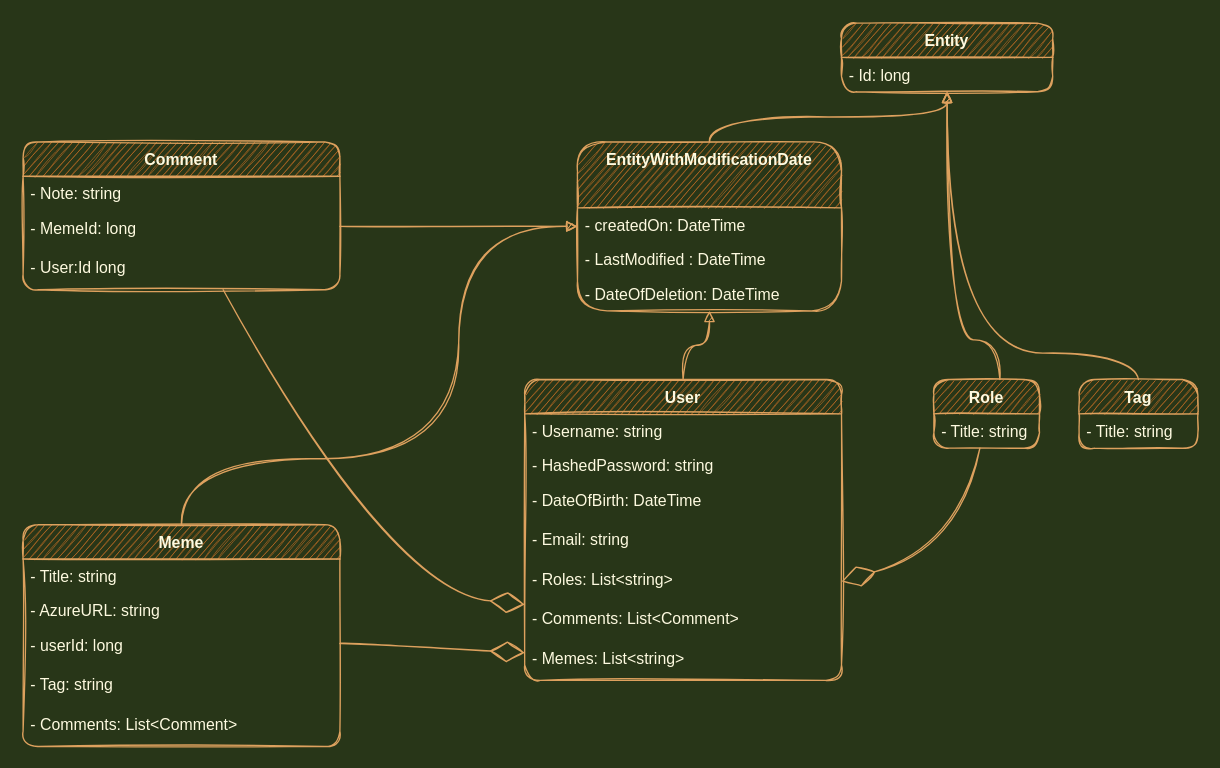
Earlier version of the draw.io diagram petProject.drawio (Sairieth/MemeIt). Source tidied: cells renumbered, new cells numbered last; positions are measured from the earlier drawing's top-left corner, leaving out a move shared by most shapes. Both pictures are drawn from the tidied source at 132%, with x=0, y=0 at pixel (22, 22).
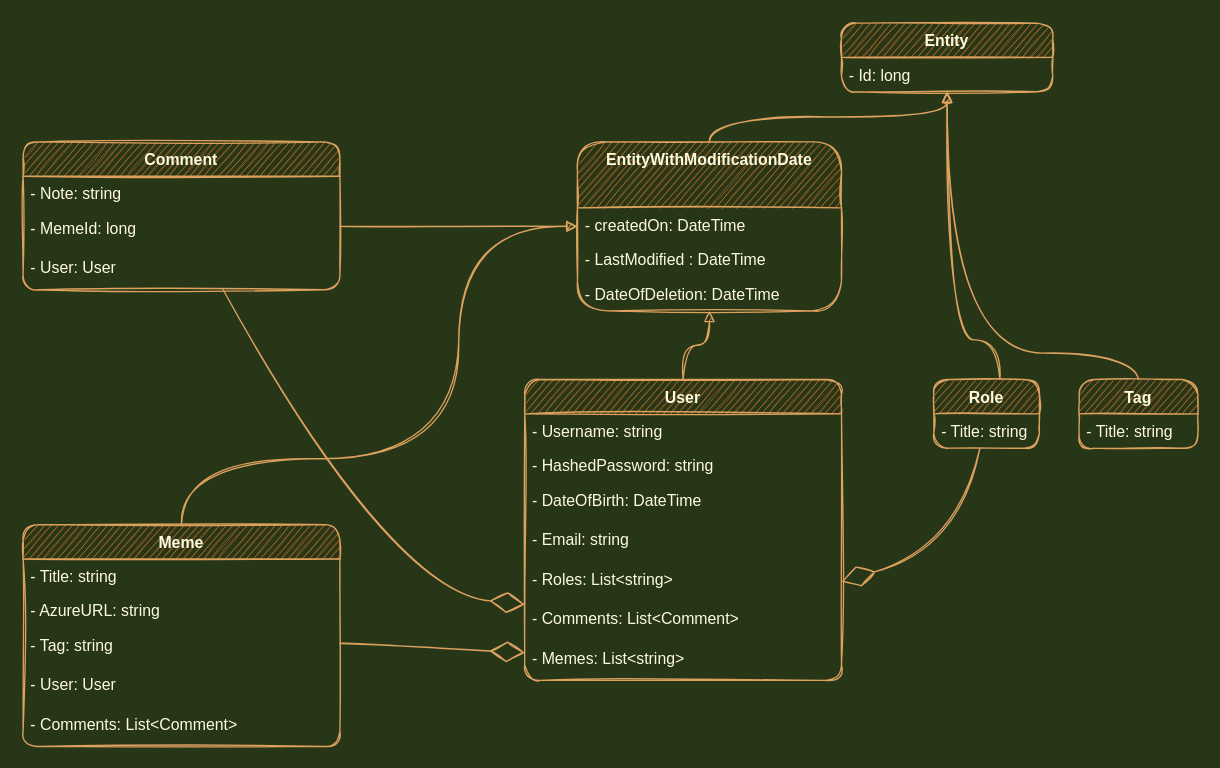
The same diagram, later.

Commit message:
mod: modify comment/meme model properties

Unchanged cells that the change refers to:
```xml
<mxCell id="10" value="Meme" style="swimlane;fontStyle=1;align=center;verticalAlign=top;horizontal=1;startSize=26;rounded=1;fontColor=#FEFAE0;strokeColor=#DDA15E;fillColor=#BC6C25;sketch=1;" parent="1" vertex="1">
  <mxGeometry y="380" width="240" height="168" as="geometry" />
</mxCell>
<mxCell id="16" value="Comment" style="swimlane;fontStyle=1;align=center;verticalAlign=top;horizontal=1;startSize=26;rounded=1;fontColor=#FEFAE0;strokeColor=#DDA15E;fillColor=#BC6C25;sketch=1;" parent="1" vertex="1">
  <mxGeometry y="90" width="240" height="112" as="geometry" />
</mxCell>
```

Diff of the diagram source:
```diff
@@
+    <mxCell id="14" value="- Tag: string" style="text;strokeColor=none;fillColor=none;align=left;verticalAlign=top;spacingLeft=4;spacingRight=4;overflow=hidden;rounded=1;fontColor=#FEFAE0;sketch=1;" parent="10" vertex="1">
+      <mxGeometry y="78" width="240" height="30" as="geometry" />
+    </mxCell>
-    <mxCell id="13" value="- userId: long" style="text;strokeColor=none;fillColor=none;align=left;verticalAlign=top;spacingLeft=4;spacingRight=4;overflow=hidden;rounded=1;fontColor=#FEFAE0;sketch=1;" parent="10" vertex="1">
-      <mxGeometry y="78" width="240" height="30" as="geometry" />
+    <mxCell id="13" value="- User: User" style="text;strokeColor=none;fillColor=none;align=left;verticalAlign=top;spacingLeft=4;spacingRight=4;overflow=hidden;rounded=1;fontColor=#FEFAE0;sketch=1;" parent="10" vertex="1">
+      <mxGeometry y="108" width="240" height="30" as="geometry" />
     </mxCell>
-    <mxCell id="14" value="- Tag: string" style="text;strokeColor=none;fillColor=none;align=left;verticalAlign=top;spacingLeft=4;spacingRight=4;overflow=hidden;rounded=1;fontColor=#FEFAE0;sketch=1;" parent="10" vertex="1">
-      <mxGeometry y="108" width="240" height="30" as="geometry" />
-    </mxCell>
@@
-    <mxCell id="19" value="- User:Id long" style="text;strokeColor=none;fillColor=none;align=left;verticalAlign=top;spacingLeft=4;spacingRight=4;overflow=hidden;rounded=1;fontColor=#FEFAE0;sketch=1;" parent="16" vertex="1">
+    <mxCell id="19" value="- User: User" style="text;strokeColor=none;fillColor=none;align=left;verticalAlign=top;spacingLeft=4;spacingRight=4;overflow=hidden;rounded=1;fontColor=#FEFAE0;sketch=1;" parent="16" vertex="1">
       <mxGeometry y="82" width="240" height="30" as="geometry" />
     </mxCell>
```
